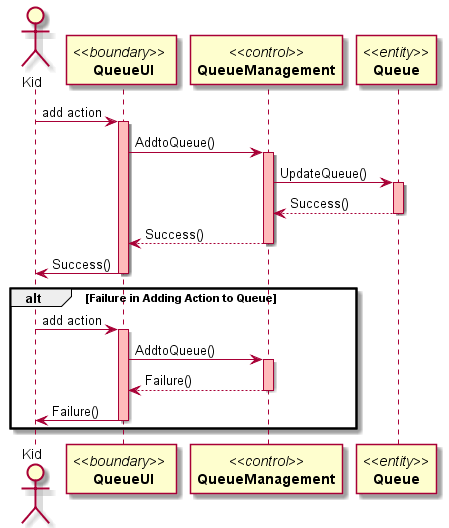
DanielFYJ/2101-2201-Project keeps this PlantUML diagram as Docs/Sequence Diagrams/Project Sequence-Diagram-UC1.png. Above is the earlier version.
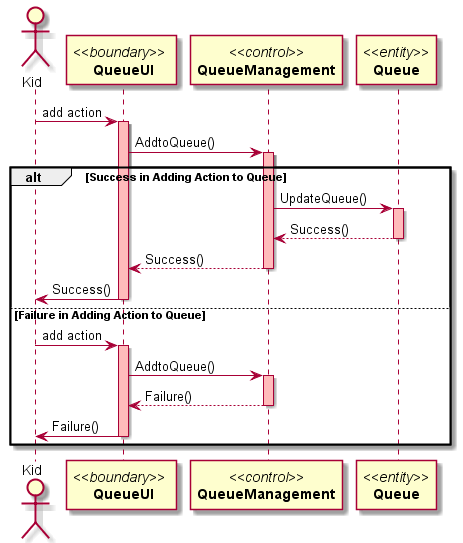
Above is the later version.

Commit message:
updated Sequence Diagram UC1-3

What changed in the source:
```diff
@@ -10,6 +10,7 @@
 A -> B: AddtoQueue()
 activate B #FFBBBB
 
+alt Success in Adding Action to Queue
 B -> C: UpdateQueue()
 activate C #FFBBBB
 C --> B: Success()
@@ -21,7 +22,7 @@
 A -> Kid: Success()
 deactivate A
 
-alt Failure in Adding Action to Queue
+else Failure in Adding Action to Queue
 Kid -> A:add action
 activate A #FFBBBB
 
```
